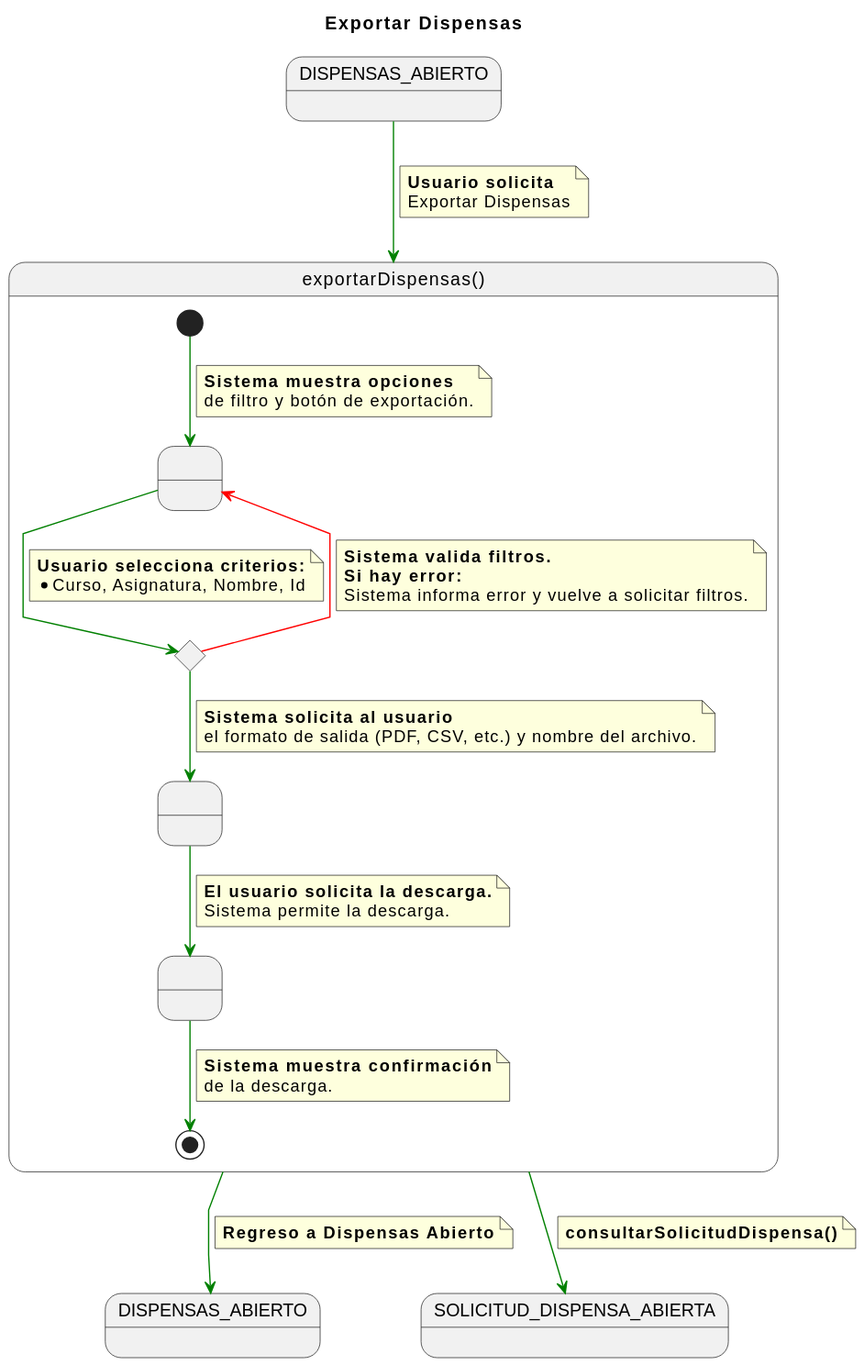
Earlier version of the PlantUML export documents/CasosDeUso/DetalladoCasosDeUso/Secretaria/exportarDispensas.svg (enmabry/25-26-IdSw1-SdR).
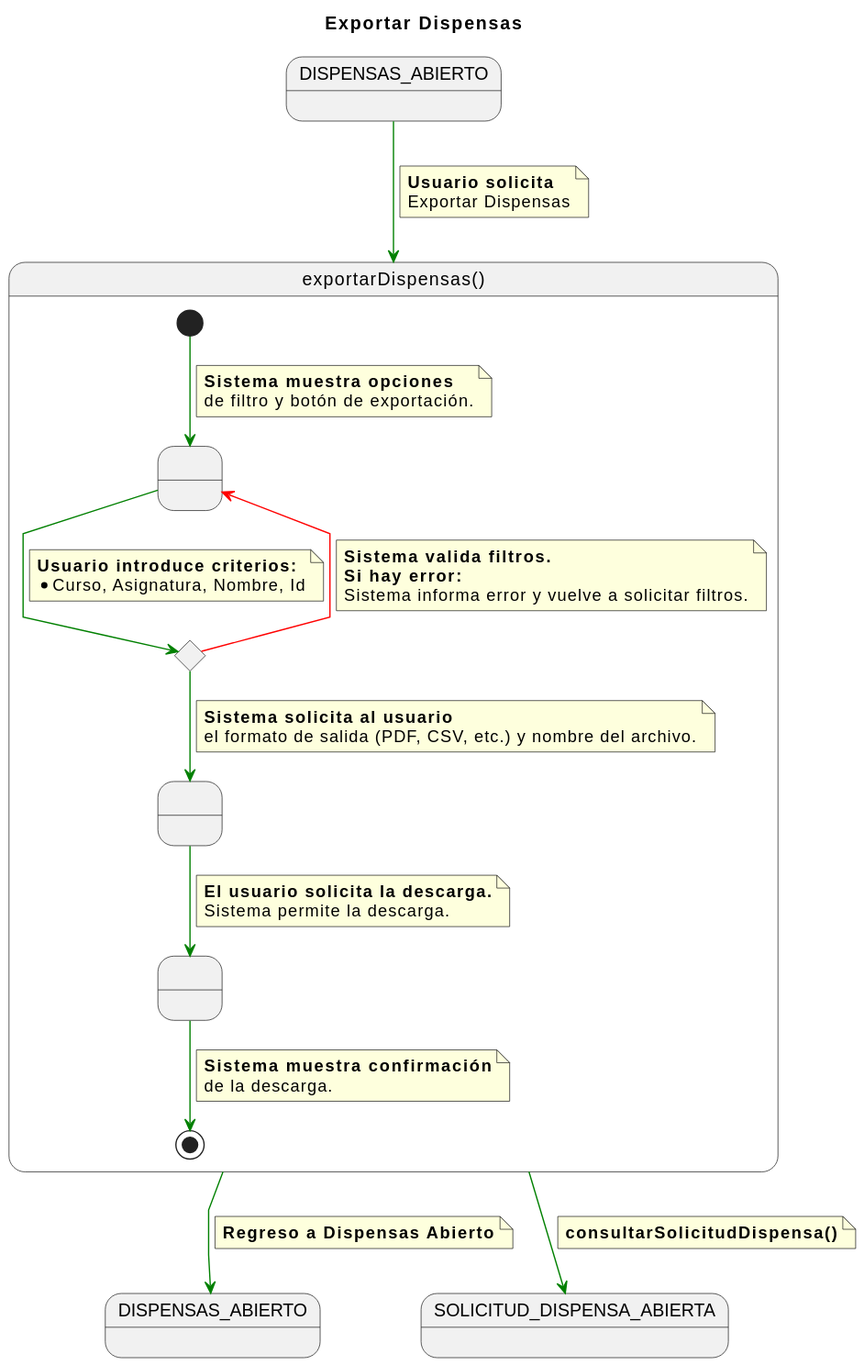
After the change.

Diff of the diagram source:
```diff
@@ -27,7 +27,7 @@
 
     SolicitudFiltros -[#green]-> ValidarFiltros
     note on link
-        <b>Usuario selecciona criterios:</b>
+        <b>Usuario introduce criterios:</b>
         * Curso, Asignatura, Nombre, Id
     end note
 
```
